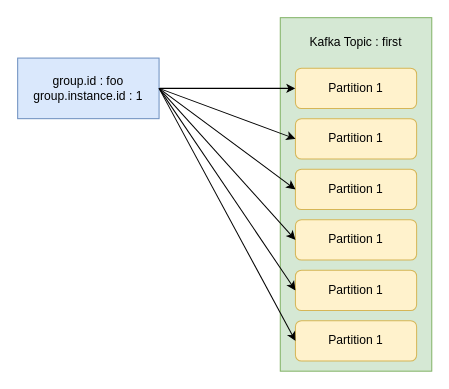
Earlier version of the draw.io diagram drawio/kafka/kafka-rebalancing-bg-info-3.drawio (windowforsun/blog). Source tidied: cells renumbered, new cells numbered last; positions are measured from the earlier drawing's top-left corner, leaving out a move shared by most shapes. Both pictures are drawn from the tidied source at 101%, with x=0, y=0 at pixel (17, 17).
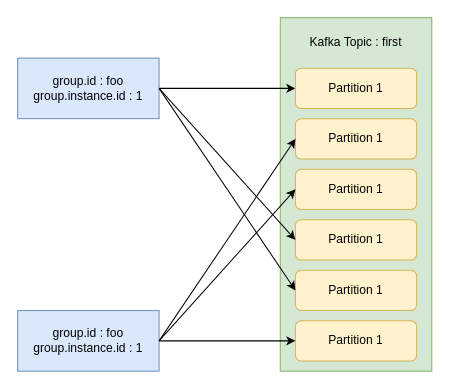
Above is the later version.

Commit message:
kafka-rebalancing-bg-info-3.drawio이 추가되었습니다.

What changed in the source:
```diff
@@
 <mxGraphModel>
   <root>
     <mxCell id="0" />
     <mxCell id="1" parent="0" />
     <mxCell id="2" style="rounded=0;whiteSpace=wrap;html=1;fillColor=#d5e8d4;strokeColor=#82b366;" parent="1" vertex="1">
       <mxGeometry x="260" width="150" height="350" as="geometry" />
     </mxCell>
     <mxCell id="3" style="edgeStyle=orthogonalEdgeStyle;rounded=0;jettySize=auto;html=1;entryX=0;entryY=0.5;entryDx=0;entryDy=0;" parent="1" edge="1" source="4" target="6">
       <mxGeometry relative="1" as="geometry" />
     </mxCell>
     <mxCell id="4" value="group.id : foo&lt;br&gt;group.instance.id : 1" style="rounded=0;whiteSpace=wrap;html=1;align=center;fillColor=#dae8fc;strokeColor=#6c8ebf;" parent="1" vertex="1">
       <mxGeometry y="40" width="140" height="60" as="geometry" />
     </mxCell>
     <mxCell id="5" value="Kafka Topic : first" style="text;html=1;strokeColor=none;fillColor=none;align=center;verticalAlign=middle;whiteSpace=wrap;rounded=0;" parent="1" vertex="1">
       <mxGeometry x="280" y="10" width="110" height="30" as="geometry" />
     </mxCell>
     <mxCell id="6" value="Partition 1" style="rounded=1;whiteSpace=wrap;html=1;fillColor=#fff2cc;strokeColor=#d6b656;" parent="1" vertex="1">
       <mxGeometry x="275" y="50" width="120" height="40" as="geometry" />
     </mxCell>
     <mxCell id="7" value="Partition 1" style="rounded=1;whiteSpace=wrap;html=1;fillColor=#fff2cc;strokeColor=#d6b656;" parent="1" vertex="1">
       <mxGeometry x="275" y="100" width="120" height="40" as="geometry" />
     </mxCell>
     <mxCell id="8" value="Partition 1" style="rounded=1;whiteSpace=wrap;html=1;fillColor=#fff2cc;strokeColor=#d6b656;" parent="1" vertex="1">
       <mxGeometry x="275" y="150" width="120" height="40" as="geometry" />
     </mxCell>
     <mxCell id="9" value="Partition 1" style="rounded=1;whiteSpace=wrap;html=1;fillColor=#fff2cc;strokeColor=#d6b656;" parent="1" vertex="1">
       <mxGeometry x="275" y="200" width="120" height="40" as="geometry" />
     </mxCell>
     <mxCell id="10" value="Partition 1" style="rounded=1;whiteSpace=wrap;html=1;fillColor=#fff2cc;strokeColor=#d6b656;" parent="1" vertex="1">
       <mxGeometry x="275" y="250" width="120" height="40" as="geometry" />
     </mxCell>
     <mxCell id="11" value="Partition 1" style="rounded=1;whiteSpace=wrap;html=1;fillColor=#fff2cc;strokeColor=#d6b656;" parent="1" vertex="1">
       <mxGeometry x="275" y="300" width="120" height="40" as="geometry" />
     </mxCell>
-    <mxCell id="12" style="endArrow=classic;html=1;rounded=0;exitX=1;exitY=0.5;exitDx=0;exitDy=0;entryX=0;entryY=0.5;entryDx=0;entryDy=0;" parent="1" edge="1" source="4" target="7">
-      <mxGeometry relative="1" as="geometry" />
-    </mxCell>
-    <mxCell id="13" style="endArrow=classic;html=1;rounded=0;entryX=0;entryY=0.5;entryDx=0;entryDy=0;exitX=1;exitY=0.5;exitDx=0;exitDy=0;" parent="1" edge="1" source="4" target="8">
-      <mxGeometry relative="1" as="geometry" />
-    </mxCell>
     <mxCell id="14" style="endArrow=classic;html=1;rounded=0;exitX=1;exitY=0.5;exitDx=0;exitDy=0;entryX=0;entryY=0.5;entryDx=0;entryDy=0;" parent="1" edge="1" source="4" target="9">
       <mxGeometry relative="1" as="geometry" />
     </mxCell>
     <mxCell id="15" style="endArrow=classic;html=1;rounded=0;exitX=1;exitY=0.5;exitDx=0;exitDy=0;entryX=0;entryY=0.5;entryDx=0;entryDy=0;" parent="1" edge="1" source="4" target="10">
       <mxGeometry relative="1" as="geometry" />
     </mxCell>
-    <mxCell id="16" style="endArrow=classic;html=1;rounded=0;exitX=1;exitY=0.5;exitDx=0;exitDy=0;entryX=0;entryY=0.5;entryDx=0;entryDy=0;" parent="1" edge="1" source="4" target="11">
-      <mxGeometry relative="1" as="geometry" />
-    </mxCell>
+    <mxCell id="17" value="group.id : foo&lt;br&gt;group.instance.id : 1" style="rounded=0;whiteSpace=wrap;html=1;align=center;fillColor=#dae8fc;strokeColor=#6c8ebf;" parent="1" vertex="1">
+      <mxGeometry y="290" width="140" height="60" as="geometry" />
+    </mxCell>
+    <mxCell id="18" style="rounded=0;jettySize=auto;html=1;exitX=1;exitY=0.5;exitDx=0;exitDy=0;entryX=0;entryY=0.5;entryDx=0;entryDy=0;" parent="1" edge="1" source="17" target="11">
+      <mxGeometry relative="1" as="geometry" />
+    </mxCell>
+    <mxCell id="19" style="rounded=0;jettySize=auto;html=1;exitX=1;exitY=0.5;exitDx=0;exitDy=0;entryX=0;entryY=0.5;entryDx=0;entryDy=0;" parent="1" edge="1" source="17" target="8">
+      <mxGeometry relative="1" as="geometry" />
+    </mxCell>
+    <mxCell id="20" style="rounded=0;jettySize=auto;html=1;exitX=1;exitY=0.5;exitDx=0;exitDy=0;entryX=0;entryY=0.5;entryDx=0;entryDy=0;" parent="1" edge="1" source="17" target="7">
+      <mxGeometry relative="1" as="geometry" />
+    </mxCell>
   </root>
 </mxGraphModel>
```
